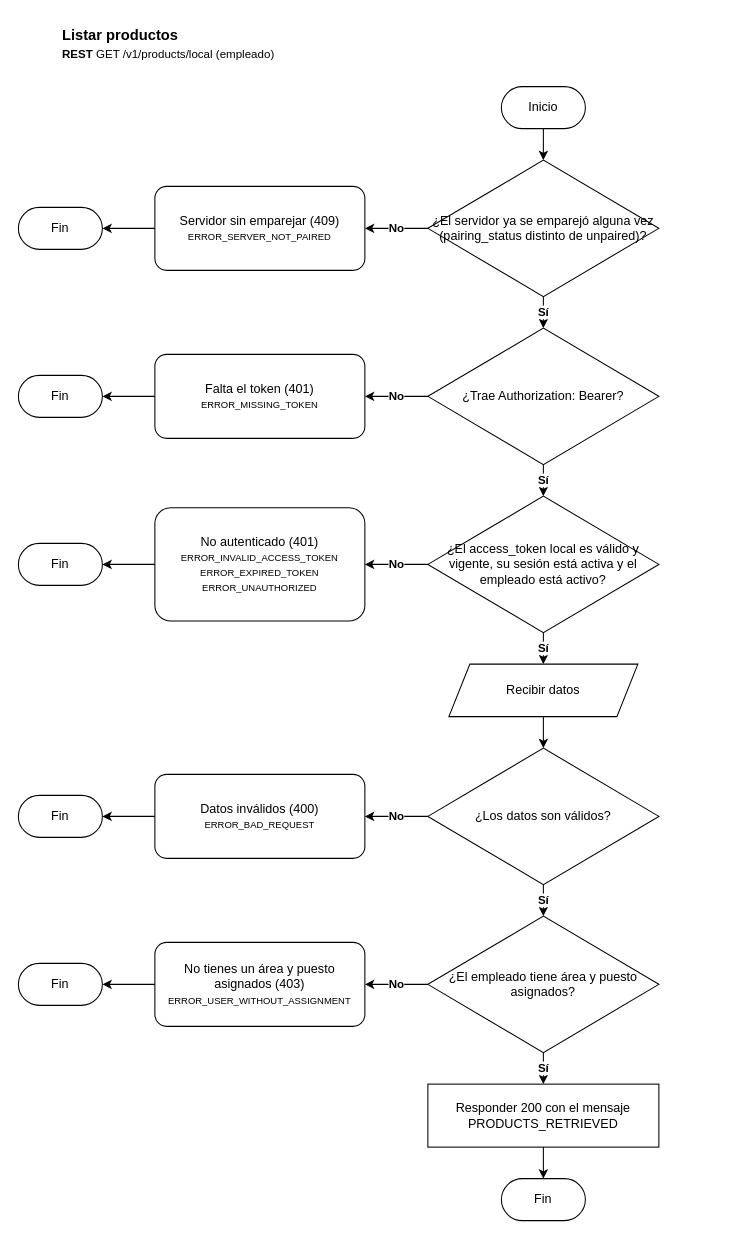
Andry510/miyabi-restaurant-server keeps this draw.io diagram as documents/diagrams/workflows/product/local/products.drawio. Above is the earlier version. Source tidied: cells renumbered, new cells numbered last; positions are measured from the earlier drawing's top-left corner, leaving out a move shared by most shapes. Both pictures are drawn from the tidied source at 105%, with x=0, y=0 at pixel (18, 18).
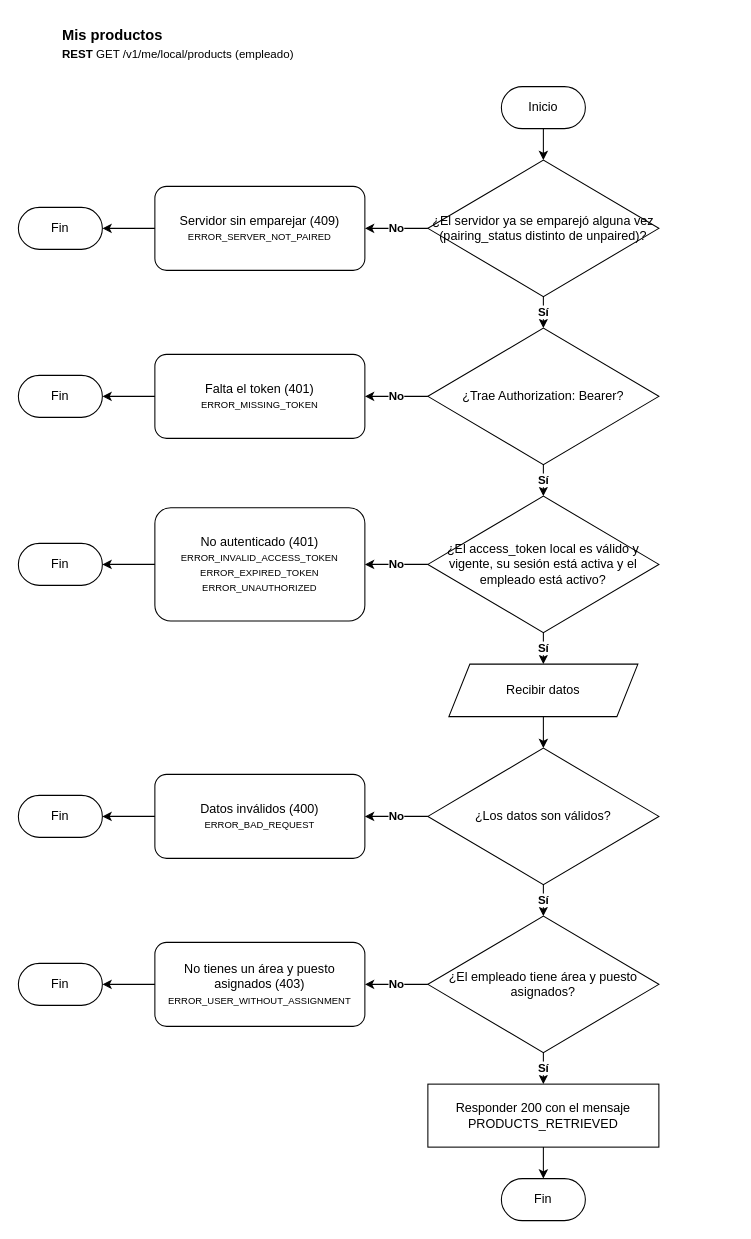
After the change.

Diff of the diagram source:
```diff
@@
-    <mxCell id="2" value="Listar productos&lt;br&gt;&lt;span style=&quot;font-size: 11px; font-weight: normal;&quot;&gt;&lt;b&gt;REST&lt;/b&gt; GET /v1/products/local (empleado)&lt;/span&gt;" style="text;html=1;align=left;verticalAlign=middle;fontStyle=1;fontSize=14;" parent="1" vertex="1">
+    <mxCell id="2" value="Mis productos&lt;br&gt;&lt;span style=&quot;font-size: 11px; font-weight: normal;&quot;&gt;&lt;b&gt;REST&lt;/b&gt; GET /v1/me/local/products (empleado)&lt;/span&gt;" style="text;html=1;align=left;verticalAlign=middle;fontStyle=1;fontSize=14;" parent="1" vertex="1">
       <mxGeometry x="40" width="640" height="48" as="geometry" />
     </mxCell>
```
